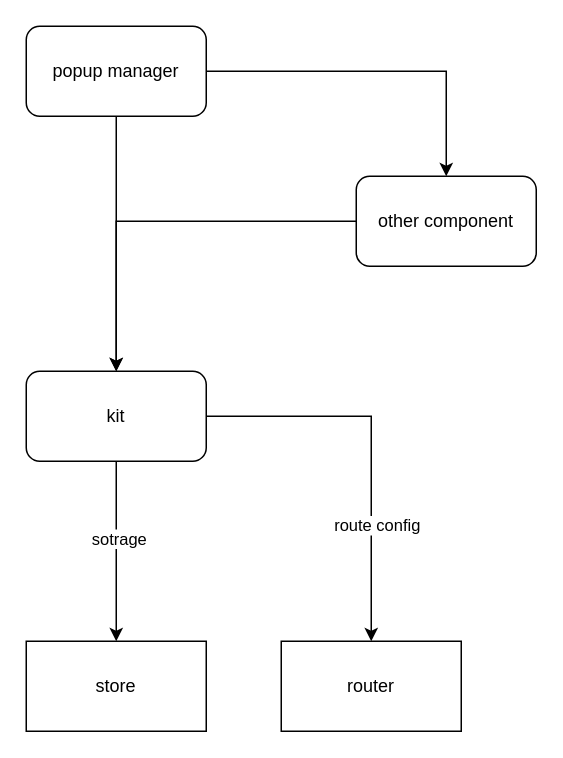
Above: Диаграмма без названия.drawio in eckeriaue/drawio_popups (draw.io), before the change. Source tidied: cells renumbered, new cells numbered last; positions are measured from the earlier drawing's top-left corner, leaving out a move shared by most shapes. Both pictures are drawn from the tidied source at 150%, with x=0, y=0 at pixel (26, 26).
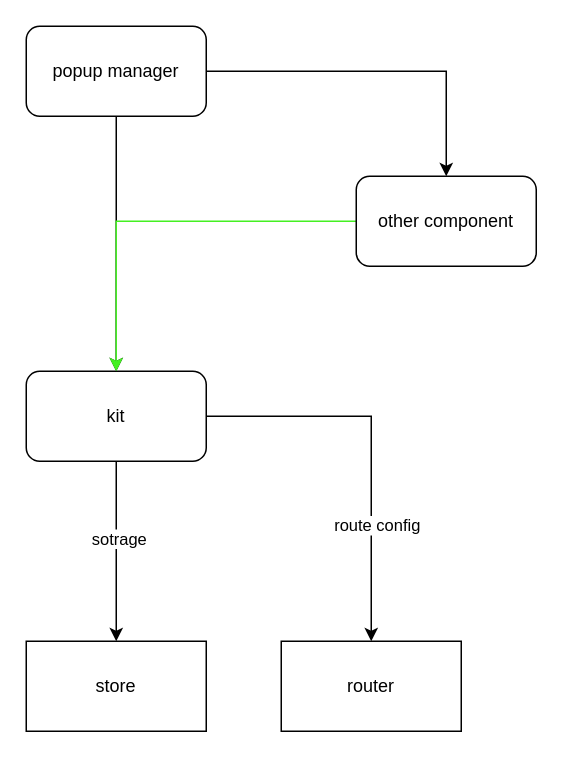
The same page after the edit.

The edit, as a diff of the source:
```diff
@@
 <mxGraphModel>
   <root>
     <mxCell id="0" />
     <mxCell id="1" parent="0" />
     <mxCell id="2" style="edgeStyle=orthogonalEdgeStyle;rounded=0;jettySize=auto;html=1;" parent="1" edge="1" source="4" target="9">
       <mxGeometry relative="1" as="geometry" />
     </mxCell>
     <mxCell id="3" style="edgeStyle=orthogonalEdgeStyle;rounded=0;jettySize=auto;html=1;" parent="1" edge="1" source="4" target="11">
       <mxGeometry relative="1" as="geometry" />
     </mxCell>
     <mxCell id="4" value="popup manager" style="rounded=1;whiteSpace=wrap;html=1;" parent="1" vertex="1">
       <mxGeometry width="120" height="60" as="geometry" />
     </mxCell>
     <mxCell id="5" style="edgeStyle=orthogonalEdgeStyle;rounded=0;jettySize=auto;html=1;entryX=0.5;entryY=0;entryDx=0;entryDy=0;" parent="1" edge="1" source="9" target="12">
       <mxGeometry relative="1" as="geometry" />
     </mxCell>
     <mxCell id="6" value="sotrage" style="edgeLabel;html=1;align=center;verticalAlign=middle;" parent="5" vertex="1">
       <mxGeometry x="-0.15" y="1" relative="1" as="geometry" />
     </mxCell>
     <mxCell id="7" style="edgeStyle=orthogonalEdgeStyle;rounded=0;jettySize=auto;html=1;entryX=0.5;entryY=0;entryDx=0;entryDy=0;" parent="1" edge="1" source="9" target="13">
       <mxGeometry relative="1" as="geometry">
         <Array as="points">
           <mxPoint x="230" y="260" />
         </Array>
       </mxGeometry>
     </mxCell>
     <mxCell id="8" value="route config" style="edgeLabel;html=1;align=center;verticalAlign=middle;" parent="7" vertex="1">
       <mxGeometry x="0.4" y="3" relative="1" as="geometry" />
     </mxCell>
     <mxCell id="9" value="kit" style="rounded=1;whiteSpace=wrap;html=1;" parent="1" vertex="1">
       <mxGeometry y="230" width="120" height="60" as="geometry" />
     </mxCell>
-    <mxCell id="10" style="edgeStyle=orthogonalEdgeStyle;rounded=0;jettySize=auto;html=1;entryX=0.5;entryY=0;entryDx=0;entryDy=0;" parent="1" edge="1" source="11" target="9">
+    <mxCell id="10" style="edgeStyle=orthogonalEdgeStyle;rounded=0;jettySize=auto;html=1;entryX=0.5;entryY=0;entryDx=0;entryDy=0;fillColor=#072A0A;strokeColor=#44F022;" parent="1" edge="1" source="11" target="9">
       <mxGeometry relative="1" as="geometry" />
     </mxCell>
     <mxCell id="11" value="other component" style="rounded=1;whiteSpace=wrap;html=1;" parent="1" vertex="1">
       <mxGeometry x="220" y="100" width="120" height="60" as="geometry" />
     </mxCell>
     <mxCell id="12" value="store" style="rounded=0;whiteSpace=wrap;html=1;" parent="1" vertex="1">
       <mxGeometry y="410" width="120" height="60" as="geometry" />
     </mxCell>
     <mxCell id="13" value="router" style="rounded=0;whiteSpace=wrap;html=1;" parent="1" vertex="1">
       <mxGeometry x="170" y="410" width="120" height="60" as="geometry" />
     </mxCell>
   </root>
 </mxGraphModel>
```
